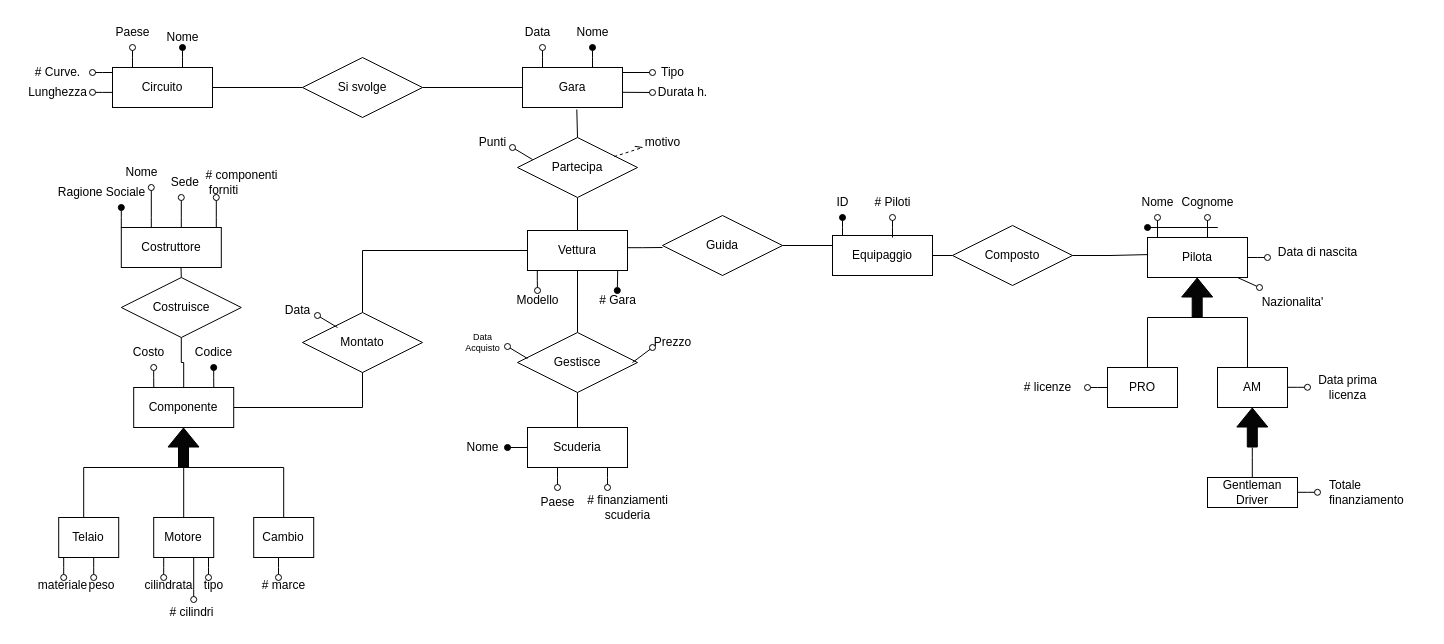
This is II_Anno/BD/Progetto/2023-2024/Peppe-Pasquale/Untitled_Diagram_1.drawio from GiuseppePastena23/UNISA, a draw.io file, before an edit. Source tidied: cells renumbered, new cells numbered last; positions are measured from the earlier drawing's top-left corner, leaving out a move shared by most shapes. Both pictures are drawn from the tidied source at 100%, with x=0, y=0 at pixel (17, 17).
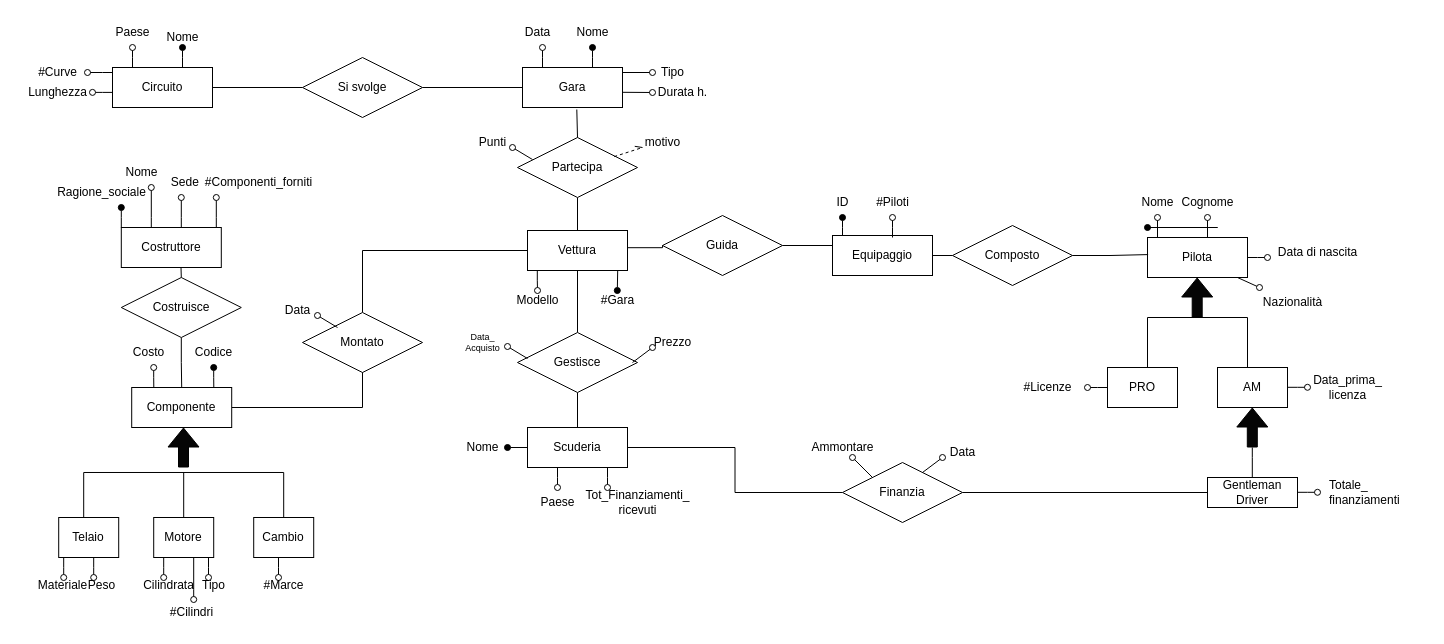
After the change.

The change refers to these unchanged cells:
```xml
<mxCell id="28" value="Gentleman Driver" style="html=1;align=center;fontStyle=0;labelBackgroundColor=none;fontColor=default;whiteSpace=wrap;labelBorderColor=none;verticalAlign=middle;horizontal=1;fontFamily=Helvetica;" parent="1" vertex="1">
  <mxGeometry x="1190" y="460" width="90" height="30" as="geometry" />
</mxCell>
<mxCell id="31" value="Scuderia" style="html=1;align=center;fontStyle=0;labelBackgroundColor=none;fontColor=default;whiteSpace=wrap;labelBorderColor=none;verticalAlign=middle;horizontal=1;fontFamily=Helvetica;" parent="1" vertex="1">
  <mxGeometry x="510" y="410" width="100" height="40" as="geometry" />
</mxCell>
<mxCell id="105" value="Guida" style="shape=rhombus;perimeter=rhombusPerimeter;whiteSpace=wrap;html=1;align=center;" parent="1" vertex="1">
  <mxGeometry x="645" y="198" width="120" height="60" as="geometry" />
</mxCell>
```

What changed in the source:
```diff
@@
-    <mxCell id="7" value="# Piloti" style="text;html=1;align=center;verticalAlign=middle;strokeColor=none;fillColor=none;labelBackgroundColor=none;" parent="1" vertex="1">
+    <mxCell id="7" value="#Piloti" style="text;html=1;align=center;verticalAlign=middle;strokeColor=none;fillColor=none;labelBackgroundColor=none;" parent="1" vertex="1">
       <mxGeometry x="845" y="170" width="60" height="30" as="geometry" />
     </mxCell>
@@
-    <mxCell id="17" value="Nazionalita'" style="text;html=1;align=center;verticalAlign=middle;points=[];strokeColor=none;fillColor=none;rotation=0;" parent="1" vertex="1">
-      <mxGeometry x="1230" y="270" width="90" height="30" as="geometry" />
+    <mxCell id="17" value="Nazionalità" style="text;html=1;align=center;verticalAlign=middle;points=[];strokeColor=none;fillColor=none;rotation=0;" parent="1" vertex="1">
+      <mxGeometry x="1235" y="270" width="80" height="30" as="geometry" />
     </mxCell>
@@
-    <mxCell id="23" value="Data prima &lt;br&gt;licenza&lt;br&gt;" style="text;html=1;align=center;verticalAlign=middle;strokeColor=none;fillColor=none;" parent="1" vertex="1">
-      <mxGeometry x="1290" y="350" width="80" height="40" as="geometry" />
+    <mxCell id="23" value="Data_prima_&lt;br&gt;licenza" style="text;html=1;align=center;verticalAlign=middle;strokeColor=none;fillColor=none;" parent="1" vertex="1">
+      <mxGeometry x="1285" y="350" width="90" height="40" as="geometry" />
     </mxCell>
-    <mxCell id="24" value="# licenze" style="text;html=1;align=center;verticalAlign=middle;strokeColor=none;fillColor=none;" parent="1" vertex="1">
+    <mxCell id="24" value="#Licenze" style="text;html=1;align=center;verticalAlign=middle;strokeColor=none;fillColor=none;" parent="1" vertex="1">
       <mxGeometry x="995" y="355" width="70" height="30" as="geometry" />
     </mxCell>
@@
+    <mxCell id="123" style="edgeStyle=orthogonalEdgeStyle;rounded=0;jettySize=auto;html=1;exitX=0;exitY=0.5;exitDx=0;exitDy=0;entryX=1;entryY=0.5;entryDx=0;entryDy=0;endArrow=none;endFill=0;" parent="1" edge="1" source="28" target="125">
+      <mxGeometry relative="1" as="geometry" />
+    </mxCell>
@@
-    <mxCell id="30" value="Totale &lt;br&gt;finanziamento" style="text;html=1;align=left;verticalAlign=middle;strokeColor=none;fillColor=none;" parent="1" vertex="1">
-      <mxGeometry x="1310" y="455" width="100" height="40" as="geometry" />
+    <mxCell id="30" value="Totale_&lt;br&gt;finanziamenti" style="text;html=1;align=left;verticalAlign=middle;strokeColor=none;fillColor=none;" parent="1" vertex="1">
+      <mxGeometry x="1310" y="455" width="90" height="40" as="geometry" />
     </mxCell>
@@
-    <mxCell id="37" value="# finanziamenti&lt;br&gt;scuderia" style="text;html=1;align=center;verticalAlign=middle;strokeColor=none;fillColor=none;rotation=0;" parent="1" vertex="1">
-      <mxGeometry x="560" y="470" width="100" height="40" as="geometry" />
+    <mxCell id="37" value="Tot_Finanziamenti_&lt;br&gt;ricevuti" style="text;html=1;align=center;verticalAlign=middle;strokeColor=none;fillColor=none;rotation=0;" parent="1" vertex="1">
+      <mxGeometry x="555" y="465" width="130" height="40" as="geometry" />
     </mxCell>
@@
-    <mxCell id="40" value="# Gara" style="text;html=1;align=center;verticalAlign=middle;strokeColor=none;fillColor=none;labelBackgroundColor=none;" parent="1" vertex="1">
+    <mxCell id="40" value="#Gara" style="text;html=1;align=center;verticalAlign=middle;strokeColor=none;fillColor=none;labelBackgroundColor=none;" parent="1" vertex="1">
       <mxGeometry x="570" y="268" width="60" height="30" as="geometry" />
     </mxCell>
@@
     <mxCell id="43" value="Componente" style="html=1;align=center;fontStyle=0;labelBackgroundColor=none;fontColor=default;whiteSpace=wrap;labelBorderColor=none;verticalAlign=middle;horizontal=1;fontFamily=Helvetica;" parent="1" vertex="1">
-      <mxGeometry x="116.2" y="370" width="100" height="40" as="geometry" />
+      <mxGeometry x="114.2" y="370" width="100" height="40" as="geometry" />
     </mxCell>
@@
-    <mxCell id="52" value="Ragione Sociale" style="text;html=1;align=center;verticalAlign=middle;strokeColor=none;fillColor=none;" parent="1" vertex="1">
+    <mxCell id="52" value="Ragione_sociale" style="text;html=1;align=center;verticalAlign=middle;strokeColor=none;fillColor=none;" parent="1" vertex="1">
       <mxGeometry x="28.8" y="160" width="110" height="30" as="geometry" />
     </mxCell>
@@
-    <mxCell id="56" value="# componenti&lt;br&gt;&lt;div style=&quot;text-align: left;&quot;&gt;&lt;span style=&quot;background-color: initial;&quot;&gt;&amp;nbsp;forniti&lt;/span&gt;&lt;/div&gt;" style="text;html=1;align=center;verticalAlign=middle;strokeColor=none;fillColor=none;labelBackgroundColor=none;" parent="1" vertex="1">
-      <mxGeometry x="173.8" y="145" width="100" height="40" as="geometry" />
+    <mxCell id="56" value="#Componenti_&lt;span style=&quot;background-color: initial; text-align: left;&quot;&gt;forniti&lt;/span&gt;" style="text;html=1;align=center;verticalAlign=middle;strokeColor=none;fillColor=none;labelBackgroundColor=none;" parent="1" vertex="1">
+      <mxGeometry x="176.2" y="150" width="130" height="30" as="geometry" />
     </mxCell>
@@
     <mxCell id="58" style="strokeWidth=1;html=1;shape=mxgraph.flowchart.annotation_1;align=left;direction=south;" parent="1" vertex="1">
-      <mxGeometry x="66.2" y="450" width="200" height="50" as="geometry" />
+      <mxGeometry x="66.2" y="455" width="200" height="50" as="geometry" />
     </mxCell>
@@
-    <mxCell id="64" value="materiale" style="text;html=1;align=center;verticalAlign=middle;strokeColor=none;fillColor=none;" parent="1" vertex="1">
+    <mxCell id="64" value="Materiale" style="text;html=1;align=center;verticalAlign=middle;strokeColor=none;fillColor=none;" parent="1" vertex="1">
       <mxGeometry x="10" y="553" width="70" height="30" as="geometry" />
     </mxCell>
@@
-    <mxCell id="66" value="peso" style="text;html=1;align=center;verticalAlign=middle;strokeColor=none;fillColor=none;" parent="1" vertex="1">
+    <mxCell id="66" value="Peso" style="text;html=1;align=center;verticalAlign=middle;strokeColor=none;fillColor=none;" parent="1" vertex="1">
       <mxGeometry x="58.8" y="553" width="50" height="30" as="geometry" />
     </mxCell>
@@
-    <mxCell id="68" value="cilindrata" style="text;html=1;align=center;verticalAlign=middle;strokeColor=none;fillColor=none;" parent="1" vertex="1">
+    <mxCell id="68" value="Cilindrata" style="text;html=1;align=center;verticalAlign=middle;strokeColor=none;fillColor=none;" parent="1" vertex="1">
       <mxGeometry x="116.2" y="553" width="70" height="30" as="geometry" />
     </mxCell>
@@
-    <mxCell id="70" value="tipo" style="text;html=1;align=center;verticalAlign=middle;strokeColor=none;fillColor=none;" parent="1" vertex="1">
-      <mxGeometry x="176.2" y="553" width="40" height="30" as="geometry" />
+    <mxCell id="70" value="Tipo" style="text;html=1;align=center;verticalAlign=middle;strokeColor=none;fillColor=none;" parent="1" vertex="1">
+      <mxGeometry x="171.2" y="553" width="50" height="30" as="geometry" />
     </mxCell>
@@
-    <mxCell id="72" value="# cilindri" style="text;html=1;align=center;verticalAlign=middle;strokeColor=none;fillColor=none;" parent="1" vertex="1">
+    <mxCell id="72" value="#Cilindri" style="text;html=1;align=center;verticalAlign=middle;strokeColor=none;fillColor=none;" parent="1" vertex="1">
       <mxGeometry x="138.8" y="580" width="70" height="30" as="geometry" />
     </mxCell>
@@
-    <mxCell id="74" value="# marce" style="text;html=1;align=center;verticalAlign=middle;strokeColor=none;fillColor=none;" parent="1" vertex="1">
-      <mxGeometry x="231.2" y="553" width="70" height="30" as="geometry" />
+    <mxCell id="74" value="#Marce" style="text;html=1;align=center;verticalAlign=middle;strokeColor=none;fillColor=none;" parent="1" vertex="1">
+      <mxGeometry x="236.2" y="553" width="60" height="30" as="geometry" />
     </mxCell>
@@
-    <mxCell id="88" value="# Curve." style="text;html=1;align=center;verticalAlign=middle;points=[];strokeColor=none;fillColor=none;labelBackgroundColor=none;" parent="1" vertex="1">
-      <mxGeometry x="5" y="40" width="70" height="30" as="geometry" />
+    <mxCell id="88" value="#Curve" style="text;html=1;align=center;verticalAlign=middle;points=[];strokeColor=none;fillColor=none;labelBackgroundColor=none;" parent="1" vertex="1">
+      <mxGeometry x="10" y="40" width="60" height="30" as="geometry" />
     </mxCell>
@@
-    <mxCell id="106" style="edgeStyle=orthogonalEdgeStyle;rounded=0;orthogonalLoop=1;jettySize=auto;html=1;exitX=1;exitY=0.5;exitDx=0;exitDy=0;endArrow=none;endFill=0;" parent="1" edge="1">
+    <mxCell id="106" style="edgeStyle=orthogonalEdgeStyle;rounded=0;jettySize=auto;html=1;exitX=1;exitY=0.5;exitDx=0;exitDy=0;endArrow=none;endFill=0;entryX=0;entryY=0.5;entryDx=0;entryDy=0;" parent="1" edge="1" target="105">
       <mxGeometry relative="1" as="geometry">
         <mxPoint x="610" y="230.2" as="sourcePoint" />
-        <mxPoint x="645" y="230" as="targetPoint" />
         <Array as="points">
-          <mxPoint x="625" y="230" />
-          <mxPoint x="625" y="230" />
+          <mxPoint x="645" y="230" />
         </Array>
       </mxGeometry>
     </mxCell>
@@
-    <mxCell id="113" value="Data&lt;br style=&quot;font-size: 9px;&quot;&gt;Acquisto" style="text;html=1;align=center;verticalAlign=middle;strokeColor=none;fillColor=none;labelBackgroundColor=none;fontSize=9;" parent="1" vertex="1">
+    <mxCell id="113" value="Data_&lt;br&gt;Acquisto" style="text;html=1;align=center;verticalAlign=middle;strokeColor=none;fillColor=none;labelBackgroundColor=none;fontSize=9;" parent="1" vertex="1">
       <mxGeometry x="435" y="305" width="60" height="40" as="geometry" />
     </mxCell>
@@
+    <mxCell id="124" style="edgeStyle=orthogonalEdgeStyle;rounded=0;jettySize=auto;html=1;exitX=0;exitY=0.5;exitDx=0;exitDy=0;entryX=1;entryY=0.5;entryDx=0;entryDy=0;endArrow=none;endFill=0;" parent="1" edge="1" source="125" target="31">
+      <mxGeometry relative="1" as="geometry" />
+    </mxCell>
+    <mxCell id="125" value="Finanzia" style="shape=rhombus;perimeter=rhombusPerimeter;whiteSpace=wrap;html=1;align=center;" parent="1" vertex="1">
+      <mxGeometry x="825" y="445" width="120" height="60" as="geometry" />
+    </mxCell>
+    <mxCell id="126" style="endArrow=oval;html=1;rounded=0;exitX=0.125;exitY=0.367;exitDx=0;exitDy=0;exitPerimeter=0;endFill=0;" parent="1" edge="1">
+      <mxGeometry relative="1" as="geometry">
+        <mxPoint x="905" y="455" as="sourcePoint" />
+        <mxPoint x="925" y="440" as="targetPoint" />
+      </mxGeometry>
+    </mxCell>
+    <mxCell id="127" value="Data" style="text;html=1;align=center;verticalAlign=middle;strokeColor=none;fillColor=none;labelBackgroundColor=none;" parent="1" vertex="1">
+      <mxGeometry x="920" y="420" width="50" height="30" as="geometry" />
+    </mxCell>
+    <mxCell id="128" style="endArrow=oval;html=1;rounded=0;exitX=0;exitY=0;exitDx=0;exitDy=0;endFill=0;" parent="1" edge="1" source="125">
+      <mxGeometry relative="1" as="geometry">
+        <mxPoint x="835" y="440" as="targetPoint" />
+      </mxGeometry>
+    </mxCell>
+    <mxCell id="129" value="Ammontare" style="text;html=1;align=center;verticalAlign=middle;strokeColor=none;fillColor=none;labelBackgroundColor=none;" parent="1" vertex="1">
+      <mxGeometry x="780" y="415" width="90" height="30" as="geometry" />
+    </mxCell>
```
